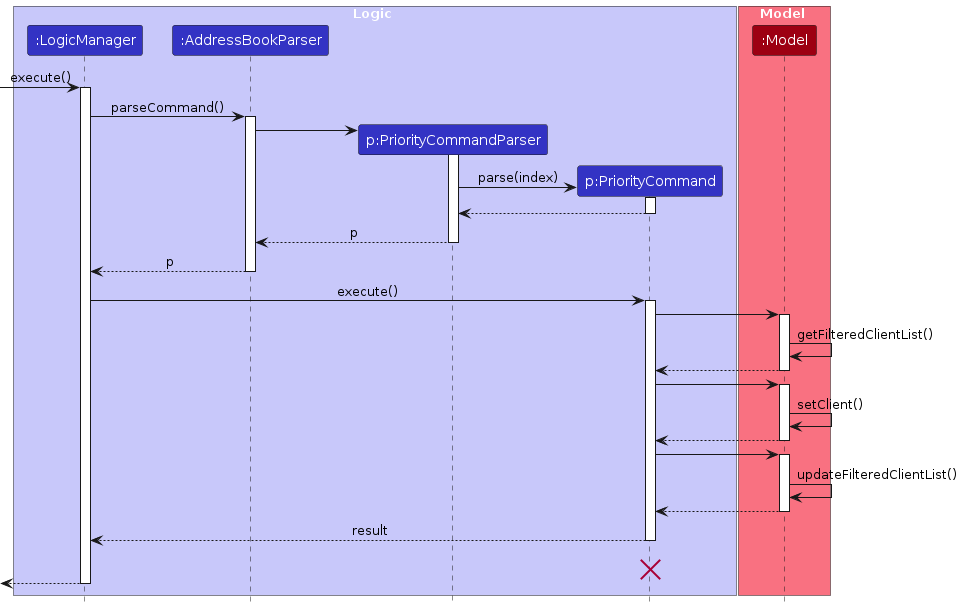
This is diagrams/PrioritySequenceDiagram-Logic.png from AY2425S2-CS2103T-W12-2/tp, a PlantUML export, as it was before one commit. Its source is kept beside it as diagrams/PrioritySequenceDiagram-Logic.puml. The source it was exported from:
```plantuml
@startuml
!include style.puml
skinparam ArrowFontStyle plain

box Logic LOGIC_COLOR_T1
participant ":LogicManager" as LogicManager LOGIC_COLOR
participant ":AddressBookParser" as AddressBookParser LOGIC_COLOR
participant "p:PriorityCommandParser" as PriorityCommandParser LOGIC_COLOR
participant "p:PriorityCommand" as PriorityCommand LOGIC_COLOR
end box

box Model MODEL_COLOR_T1
participant ":Model" as Model MODEL_COLOR
end box
[-> LogicManager : execute()
activate LogicManager

LogicManager -> AddressBookParser : parseCommand()
activate AddressBookParser

create PriorityCommandParser
AddressBookParser -> PriorityCommandParser
activate PriorityCommandParser

create PriorityCommand
PriorityCommandParser -> PriorityCommand : parse(index)
activate PriorityCommand
PriorityCommandParser <-- PriorityCommand
deactivate PriorityCommand

PriorityCommandParser --> AddressBookParser : p
deactivate PriorityCommandParser

AddressBookParser --> LogicManager : p
deactivate AddressBookParser

LogicManager -> PriorityCommand : execute()
activate PriorityCommand

PriorityCommand -> Model
activate Model
Model -> Model : getFilteredClientList()
Model --> PriorityCommand
deactivate Model

PriorityCommand -> Model
activate Model
Model -> Model : setClient()
Model --> PriorityCommand
deactivate Model

PriorityCommand -> Model
activate Model
Model -> Model : updateFilteredClientList()
Model --> PriorityCommand
deactivate Model

PriorityCommand --> LogicManager : result
deactivate PriorityCommand
PriorityCommand -[hidden]-> LogicManager : result
destroy PriorityCommand

[<--LogicManager
deactivate LogicManager
@enduml
```
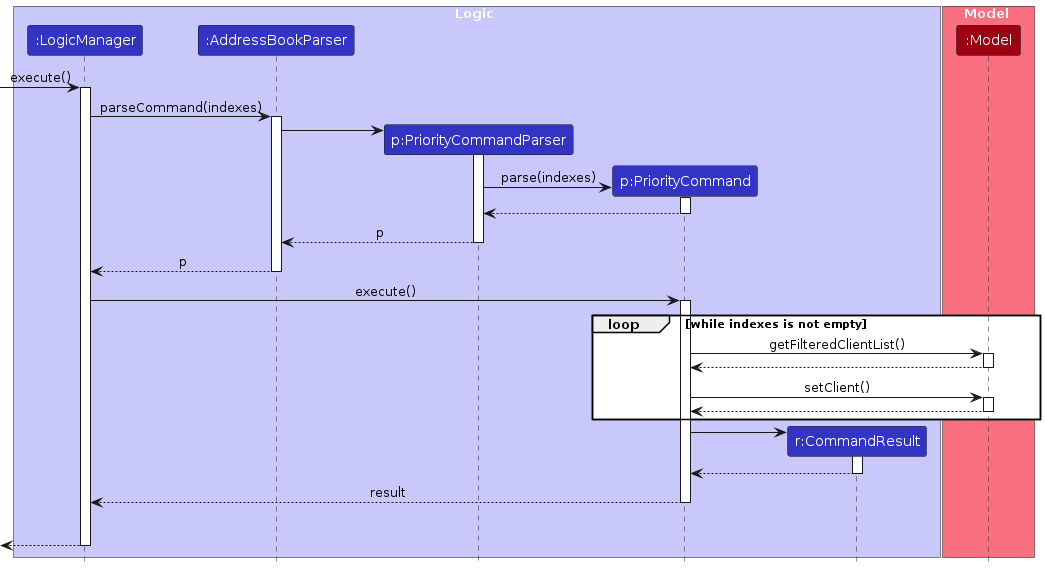
After the commit.

Change to the diagram source:
```diff
@@ -7,6 +7,7 @@
 participant ":AddressBookParser" as AddressBookParser LOGIC_COLOR
 participant "p:PriorityCommandParser" as PriorityCommandParser LOGIC_COLOR
 participant "p:PriorityCommand" as PriorityCommand LOGIC_COLOR
+participant "r:CommandResult" as CommandResult LOGIC_COLOR
 end box
 
 box Model MODEL_COLOR_T1
@@ -15,7 +16,7 @@
 [-> LogicManager : execute()
 activate LogicManager
 
-LogicManager -> AddressBookParser : parseCommand()
+LogicManager -> AddressBookParser : parseCommand(indexes)
 activate AddressBookParser
 
 create PriorityCommandParser
@@ -23,7 +24,7 @@
 activate PriorityCommandParser
 
 create PriorityCommand
-PriorityCommandParser -> PriorityCommand : parse(index)
+PriorityCommandParser -> PriorityCommand : parse(indexes)
 activate PriorityCommand
 PriorityCommandParser <-- PriorityCommand
 deactivate PriorityCommand
@@ -37,28 +38,27 @@
 LogicManager -> PriorityCommand : execute()
 activate PriorityCommand
 
-PriorityCommand -> Model
-activate Model
-Model -> Model : getFilteredClientList()
-Model --> PriorityCommand
-deactivate Model
+loop while indexes is not empty
+    PriorityCommand -> Model : getFilteredClientList()
+    activate Model
+    Model --> PriorityCommand
+    deactivate Model
 
-PriorityCommand -> Model
-activate Model
-Model -> Model : setClient()
-Model --> PriorityCommand
-deactivate Model
+    PriorityCommand -> Model : setClient()
+    activate Model
+    Model --> PriorityCommand
+    deactivate Model
+end
 
-PriorityCommand -> Model
-activate Model
-Model -> Model : updateFilteredClientList()
-Model --> PriorityCommand
-deactivate Model
+create CommandResult
+PriorityCommand -> CommandResult
+activate CommandResult
+CommandResult --> PriorityCommand
+deactivate CommandResult
 
 PriorityCommand --> LogicManager : result
 deactivate PriorityCommand
 PriorityCommand -[hidden]-> LogicManager : result
-destroy PriorityCommand
 
 [<--LogicManager
 deactivate LogicManager
```
